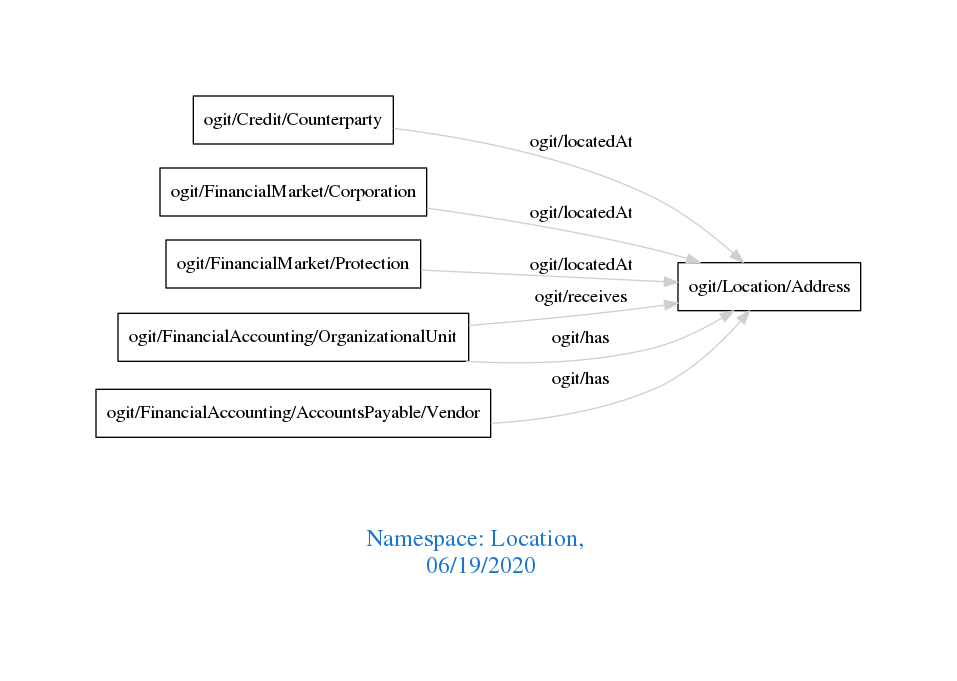
This is downloads/Location.png from arago/OGIT, a Graphviz export, as it was before one commit. Its source is kept beside it as downloads/Location.dot.
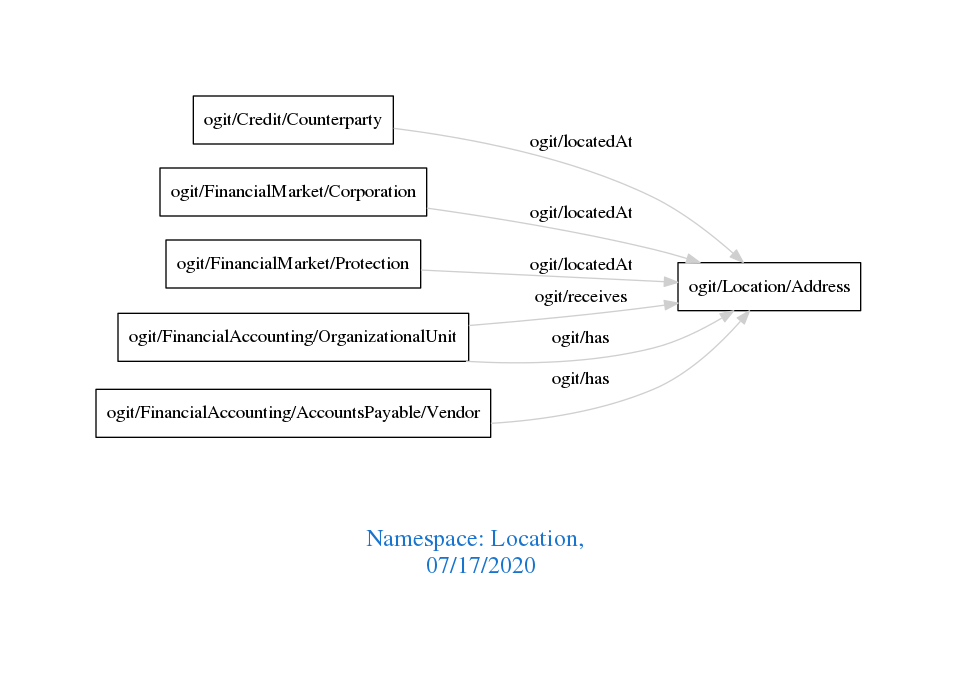
After the commit.

Change to the diagram source:
```diff
@@ -1,7 +1,7 @@
 digraph OGIT_ontology {
  graph [ rankdir= LR,pad=1
 fontsize = 18,
-fontcolor= dodgerblue3,label = "\n\n\nNamespace: Location, \n 06/19/2020"];
+fontcolor= dodgerblue3,label = "\n\n\nNamespace: Location, \n 07/17/2020"];
 node[shape=polygon];
 edge [  color="gray81"];
 
```
